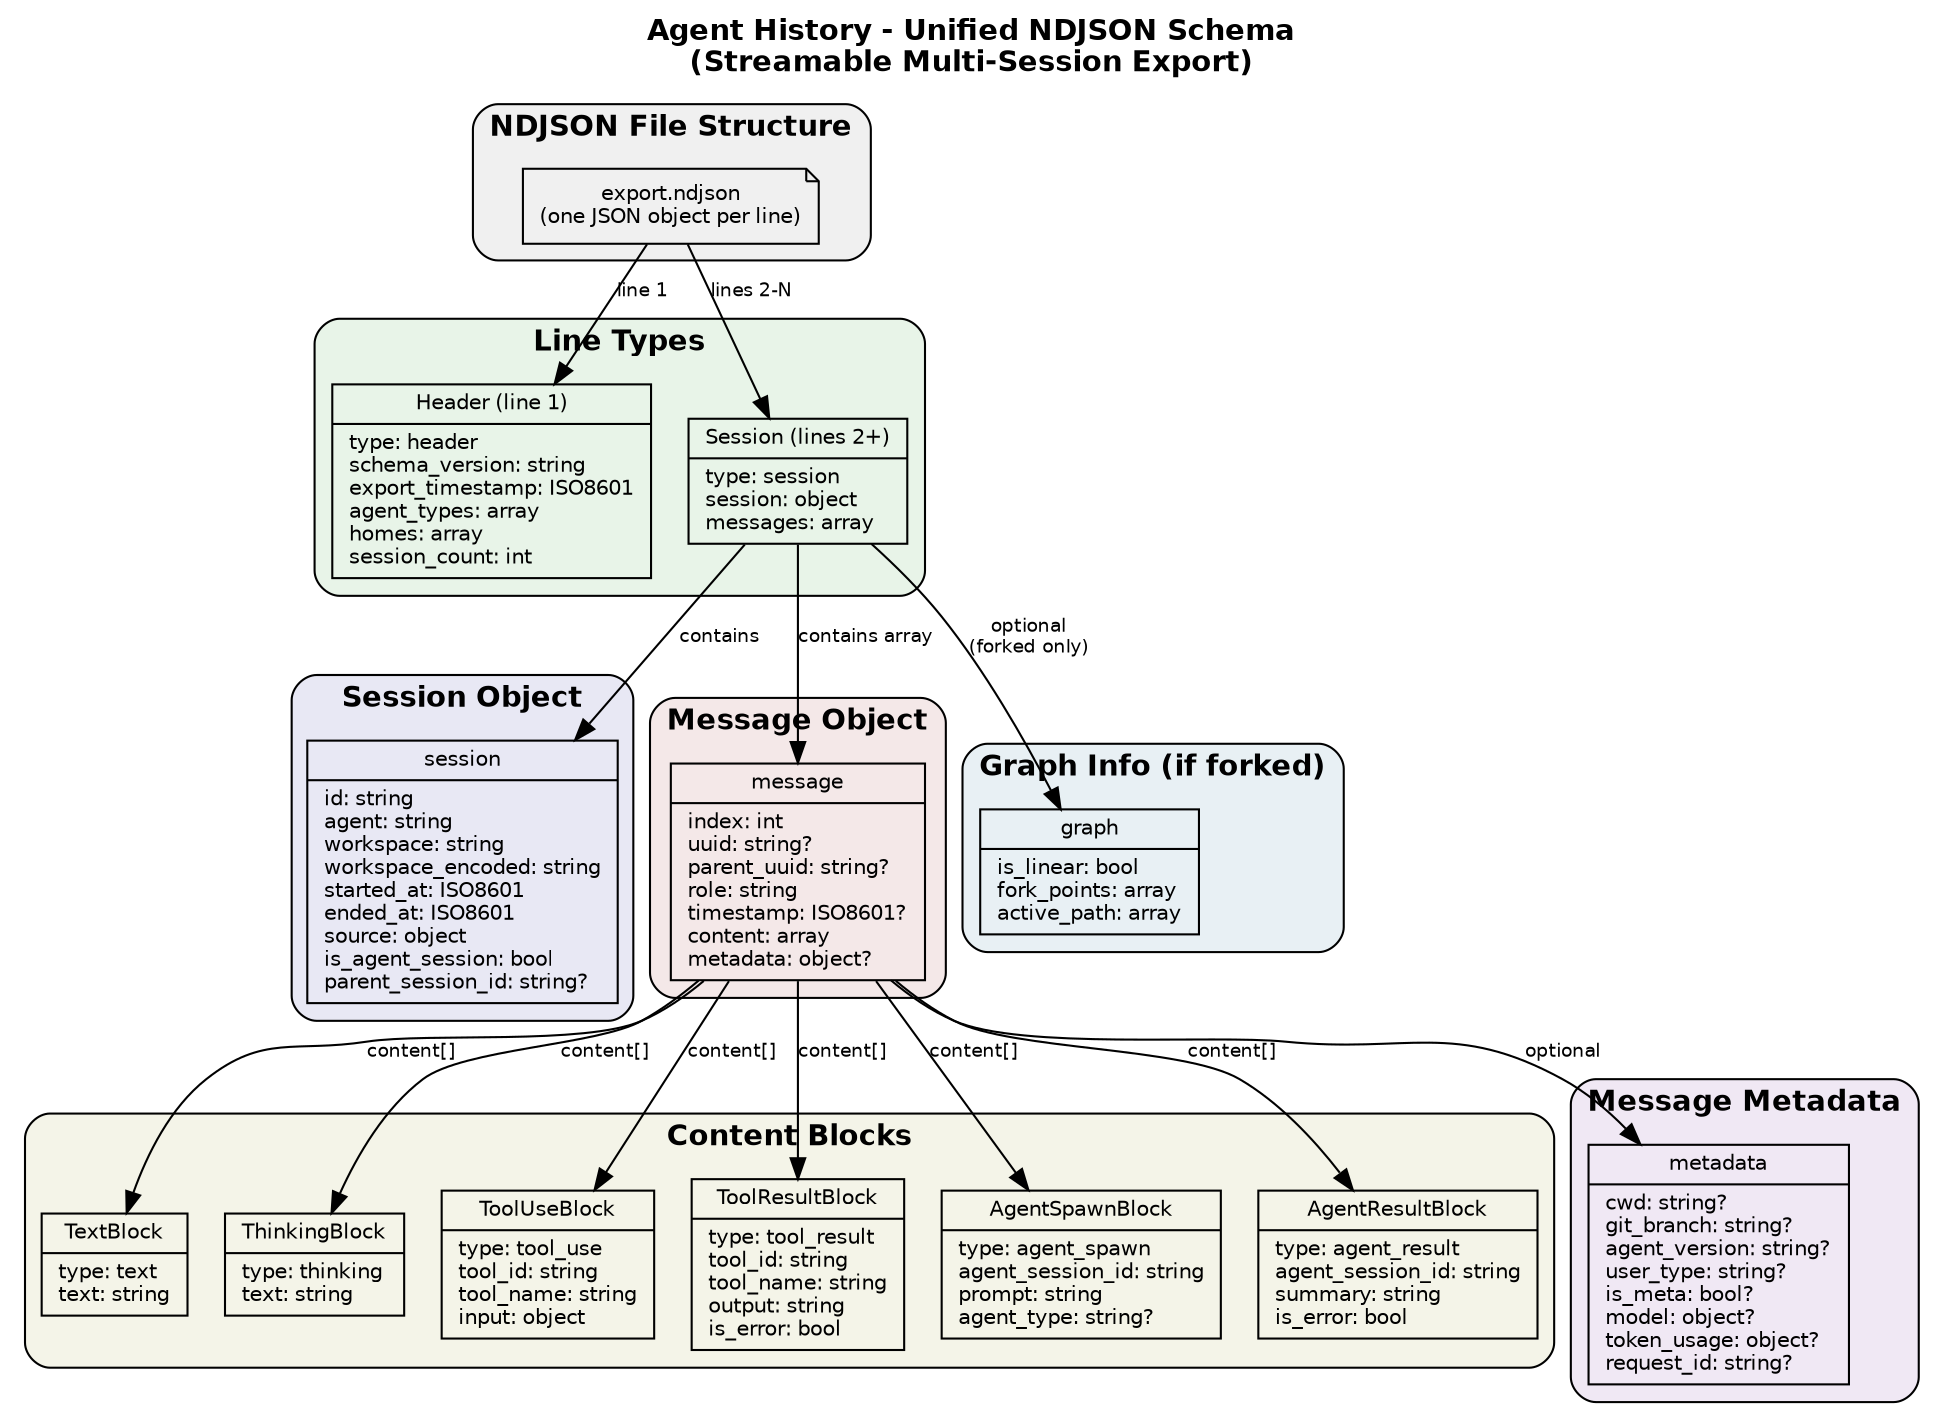
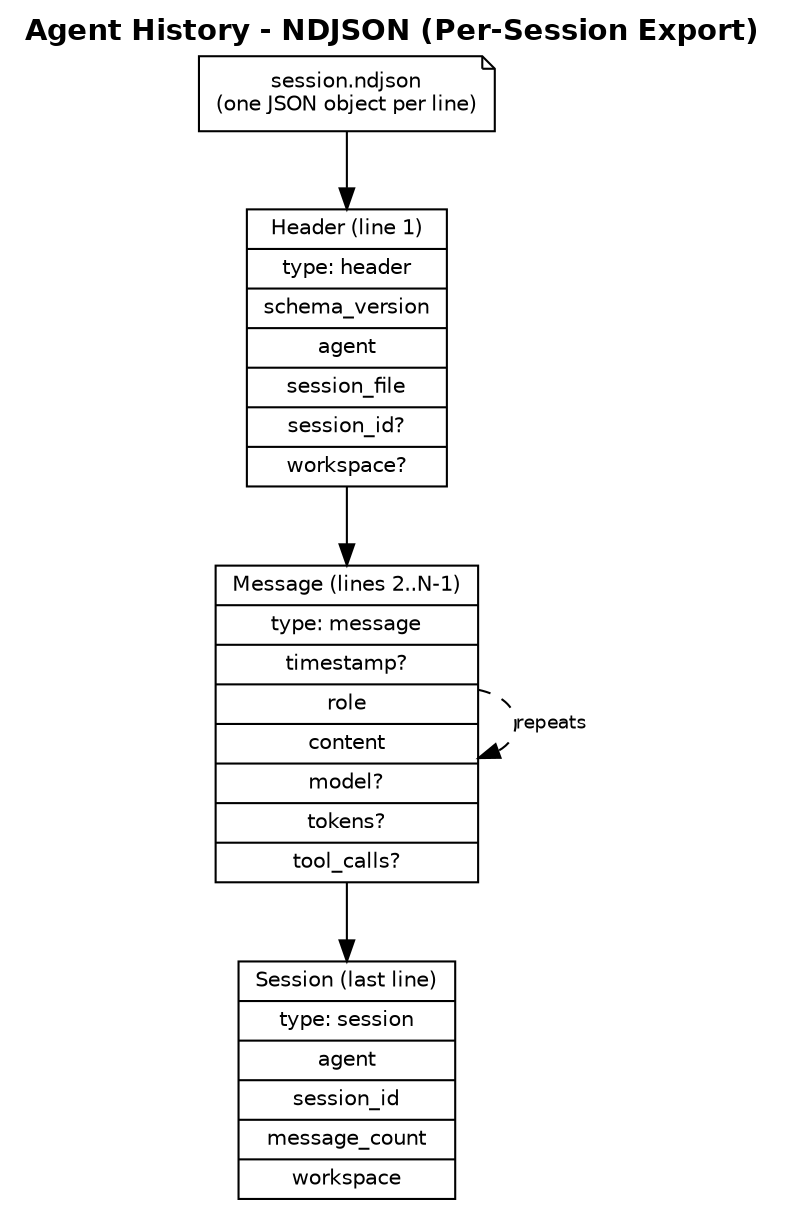
- // Unified JSON Schema for Agent History
- // Render with: dot -Tpng unified_json_schema.dot -o unified_json_schema.png
+ // Unified NDJSON Schema for Agent History (current implementation)
+ // Render with: dot -Tpng unified-json-schema.dot -o unified-json-schema.png

digraph UnifiedSchema {
    rankdir=TB;
    node [shape=record, fontname="Helvetica", fontsize=10];
    edge [fontname="Helvetica", fontsize=9];

-     // Title
    labelloc="t";
-     label="Agent History - Unified NDJSON Schema\n(Streamable Multi-Session Export)";
+     label="Agent History - NDJSON (Per-Session Export)";
    fontsize=14;
    fontname="Helvetica-Bold";

-     // File structure
-     subgraph cluster_file {
-         label="NDJSON File Structure";
-         style=rounded;
-         bgcolor="#f0f0f0";
+     file [shape=note, label="session.ndjson\n(one JSON object per line)"];

-         file [shape=note, label="export.ndjson\n(one JSON object per line)"];
-     }
+     header [label="{Header (line 1)|type: header|schema_version|agent|session_file|session_id? |workspace?}"];
+     message [label="{Message (lines 2..N-1)|type: message|timestamp? |role|content|model? |tokens? |tool_calls?}"];
+     session [label="{Session (last line)|type: session|agent|session_id|message_count|workspace}"];

-     // Line types
-     subgraph cluster_lines {
-         label="Line Types";
-         style=rounded;
-         bgcolor="#e8f4e8";
- 
-         header [label="{Header (line 1)|type: header\lschema_version: string\lexport_timestamp: ISO8601\lagent_types: array\lhomes: array\lsession_count: int\l}"];
- 
-         session [label="{Session (lines 2+)|type: session\lsession: object\lmessages: array\l}"];
-     }
- 
-     // Session object
-     subgraph cluster_session {
-         label="Session Object";
-         style=rounded;
-         bgcolor="#e8e8f4";
- 
-         session_obj [label="{session|id: string\lagent: string\lworkspace: string\lworkspace_encoded: string\lstarted_at: ISO8601\lended_at: ISO8601\lsource: object\lis_agent_session: bool\lparent_session_id: string?\l}"];
-     }
- 
-     // Message object
-     subgraph cluster_message {
-         label="Message Object";
-         style=rounded;
-         bgcolor="#f4e8e8";
- 
-         message [label="{message|index: int\luuid: string?\lparent_uuid: string?\lrole: string\ltimestamp: ISO8601?\lcontent: array\lmetadata: object?\l}"];
-     }
- 
-     // Content blocks
-     subgraph cluster_content {
-         label="Content Blocks";
-         style=rounded;
-         bgcolor="#f4f4e8";
- 
-         text_block [label="{TextBlock|type: text\ltext: string\l}"];
- 
-         thinking_block [label="{ThinkingBlock|type: thinking\ltext: string\l}"];
- 
-         tool_use [label="{ToolUseBlock|type: tool_use\ltool_id: string\ltool_name: string\linput: object\l}"];
- 
-         tool_result [label="{ToolResultBlock|type: tool_result\ltool_id: string\ltool_name: string\loutput: string\lis_error: bool\l}"];
- 
-         agent_spawn [label="{AgentSpawnBlock|type: agent_spawn\lagent_session_id: string\lprompt: string\lagent_type: string?\l}"];
- 
-         agent_result [label="{AgentResultBlock|type: agent_result\lagent_session_id: string\lsummary: string\lis_error: bool\l}"];
-     }
- 
-     // Metadata
-     subgraph cluster_metadata {
-         label="Message Metadata";
-         style=rounded;
-         bgcolor="#f0e8f4";
- 
-         metadata [label="{metadata|cwd: string?\lgit_branch: string?\lagent_version: string?\luser_type: string?\lis_meta: bool?\lmodel: object?\ltoken_usage: object?\lrequest_id: string?\l}"];
-     }
- 
-     // Graph info (optional)
-     subgraph cluster_graph {
-         label="Graph Info (if forked)";
-         style=rounded;
-         bgcolor="#e8f0f4";
- 
-         graph_info [label="{graph|is_linear: bool\lfork_points: array\lactive_path: array\l}"];
-     }
- 
-     // Relationships
-     file -> header [label="line 1"];
-     file -> session [label="lines 2-N"];
-     session -> session_obj [label="contains"];
-     session -> message [label="contains array"];
-     message -> text_block [label="content[]"];
-     message -> thinking_block [label="content[]"];
-     message -> tool_use [label="content[]"];
-     message -> tool_result [label="content[]"];
-     message -> agent_spawn [label="content[]"];
-     message -> agent_result [label="content[]"];
-     message -> metadata [label="optional"];
-     session -> graph_info [label="optional\n(forked only)"];
+     file -> header;
+     header -> message;
+     message -> message [label="repeats", style=dashed];
+     message -> session;
}
